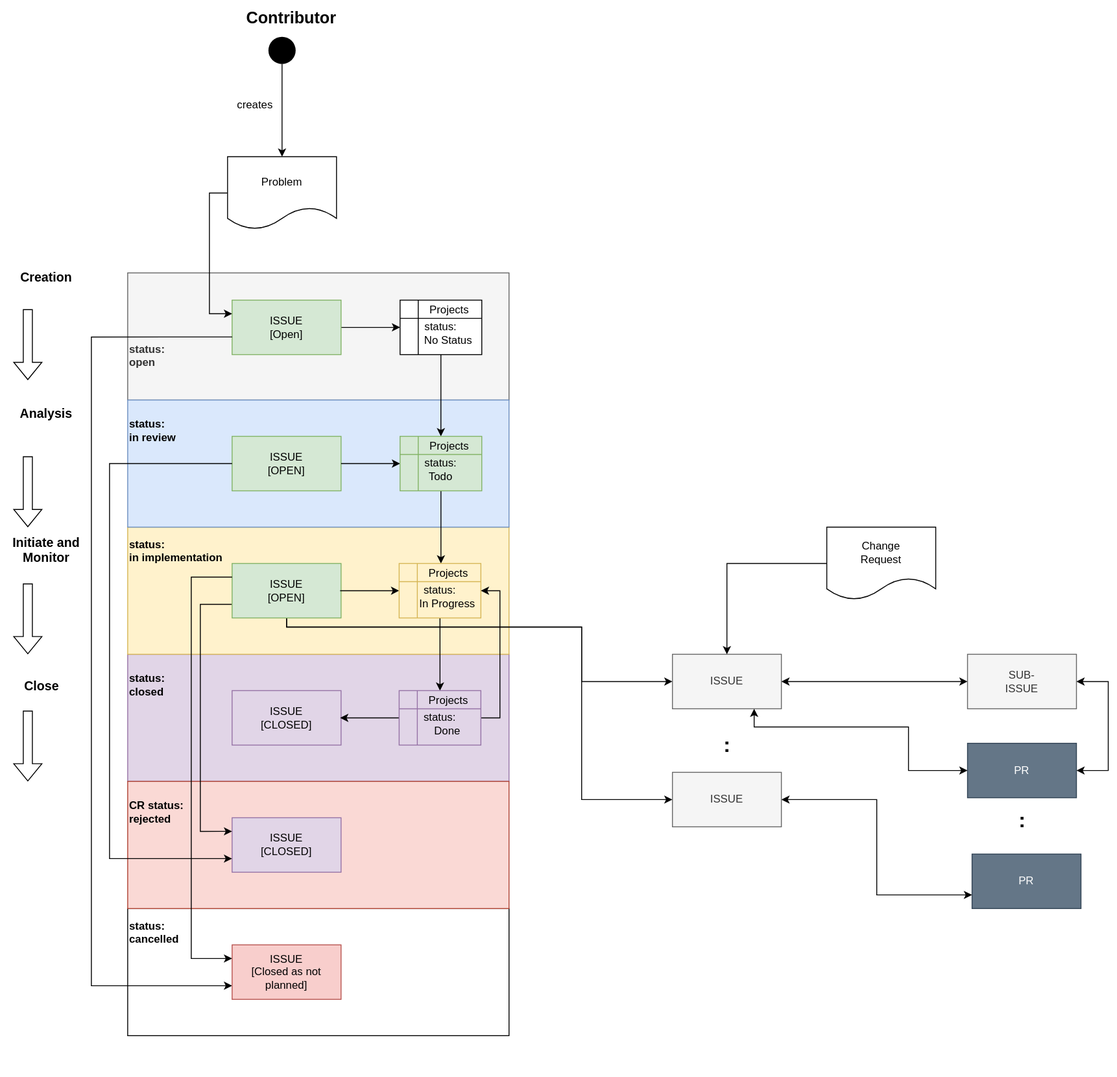
Earlier version of the draw.io export pr-755/_images/score_problem_resolution_workflow_simple.drawio.svg (umaucher/score). Source tidied: cells renumbered, new cells last; positions are measured from the earlier drawing's top-left corner, leaving out a move shared by most shapes.
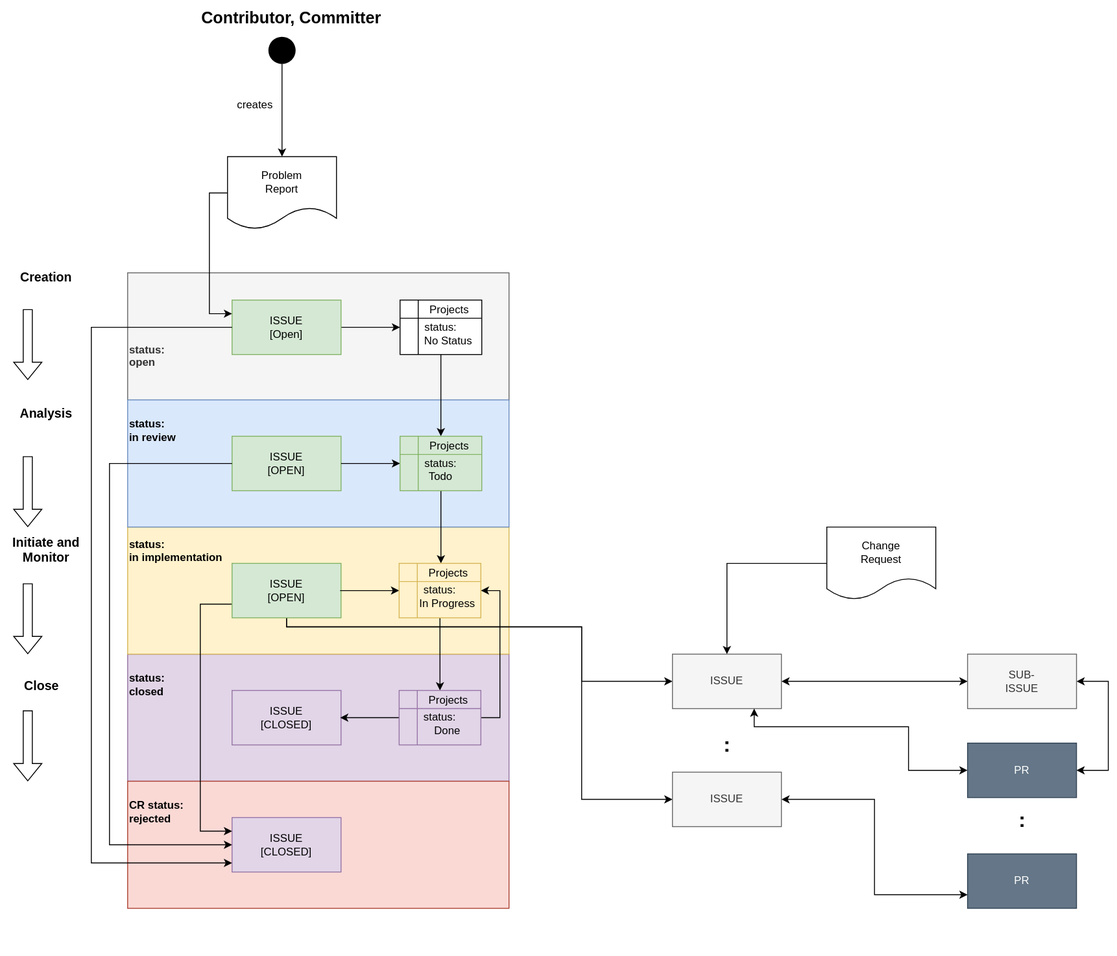
Above is the later version.

The edit, as a diff of the source:
```diff
@@ -2,9 +2,6 @@
   <root>
     <mxCell id="0" />
     <mxCell id="1" parent="0" />
-    <mxCell id="2" value="&lt;br&gt;&lt;br&gt;&lt;br&gt;&lt;br&gt;status:&lt;br&gt;cancelled&lt;br&gt;&lt;br&gt;&lt;br&gt;&lt;br&gt;&lt;br&gt;&lt;br&gt;&lt;br&gt;&lt;br&gt;&lt;br&gt;&lt;br&gt;&lt;div style=&quot;&quot;&gt;&lt;br&gt;&lt;/div&gt;" style="rounded=0;whiteSpace=wrap;html=1;align=left;fontStyle=1;" parent="1" vertex="1">
-      <mxGeometry x="140" y="1000" width="420" height="140" as="geometry" />
-    </mxCell>
     <mxCell id="3" value="&lt;br&gt;&lt;br&gt;&lt;br&gt;&lt;br&gt;&lt;br&gt;&lt;br&gt;&lt;br&gt;&lt;br&gt;&lt;br&gt;status:&lt;br&gt;closed&lt;br&gt;&lt;br&gt;&lt;br&gt;&lt;br&gt;&lt;br&gt;&lt;br&gt;&lt;br&gt;&lt;br&gt;&lt;br&gt;&lt;br&gt;&lt;br&gt;&lt;br&gt;&lt;br&gt;&lt;br&gt;&lt;br&gt;" style="rounded=0;whiteSpace=wrap;html=1;fillColor=#e1d5e7;strokeColor=#9673a6;align=left;fontStyle=1;" parent="1" vertex="1">
       <mxGeometry x="140" y="720" width="420" height="140" as="geometry" />
     </mxCell>
@@ -32,26 +29,18 @@
     <mxCell id="11" style="ellipse;fillColor=#000000;strokeColor=none;" parent="1" vertex="1">
       <mxGeometry x="295" y="40" width="30" height="30" as="geometry" />
     </mxCell>
-    <mxCell id="12" value="&lt;b&gt;&lt;font style=&quot;font-size: 18px;&quot;&gt;Contributor&lt;/font&gt;&lt;/b&gt;" style="text;html=1;align=center;verticalAlign=middle;strokeColor=none;fillColor=none;" parent="1" vertex="1">
-      <mxGeometry x="260" width="120" height="40" as="geometry" />
+    <mxCell id="12" value="&lt;b&gt;&lt;font style=&quot;font-size: 18px;&quot;&gt;Contributor, Committer&lt;/font&gt;&lt;/b&gt;" style="text;html=1;align=center;verticalAlign=middle;strokeColor=none;fillColor=none;" parent="1" vertex="1">
+      <mxGeometry x="210" width="220" height="40" as="geometry" />
     </mxCell>
     <mxCell id="13" style="edgeStyle=orthogonalEdgeStyle;rounded=0;jettySize=auto;html=1;entryX=0;entryY=0.25;entryDx=0;entryDy=0;exitX=0;exitY=0.5;exitDx=0;exitDy=0;" parent="1" edge="1" source="14" target="8">
       <mxGeometry relative="1" as="geometry" />
     </mxCell>
-    <mxCell id="14" value="Problem" style="shape=document;whiteSpace=wrap;html=1;boundedLbl=1;" parent="1" vertex="1">
+    <mxCell id="14" value="Problem&lt;br&gt;Report" style="shape=document;whiteSpace=wrap;html=1;boundedLbl=1;" parent="1" vertex="1">
       <mxGeometry x="250" y="172" width="120" height="80" as="geometry" />
     </mxCell>
     <mxCell id="15" value="ISSUE&lt;br&gt;[CLOSED]" style="rounded=0;whiteSpace=wrap;html=1;fillColor=#e1d5e7;strokeColor=#9673a6;" parent="1" vertex="1">
       <mxGeometry x="255" y="760" width="120" height="60" as="geometry" />
     </mxCell>
-    <mxCell id="16" style="edgeStyle=orthogonalEdgeStyle;rounded=0;jettySize=auto;html=1;exitX=0.001;exitY=0.676;exitDx=0;exitDy=0;exitPerimeter=0;entryX=0;entryY=0.75;entryDx=0;entryDy=0;" parent="1" edge="1" source="8" target="27">
-      <mxGeometry relative="1" as="geometry">
-        <Array as="points">
-          <mxPoint x="100" y="371" />
-          <mxPoint x="100" y="1085" />
-        </Array>
-      </mxGeometry>
-    </mxCell>
     <mxCell id="17" value="ISSUE&lt;br&gt;[OPEN]" style="rounded=0;whiteSpace=wrap;html=1;fillColor=#d5e8d4;strokeColor=#82b366;" parent="1" vertex="1">
       <mxGeometry x="255" y="480" width="120" height="60" as="geometry" />
     </mxCell>
@@ -84,9 +73,6 @@
     <mxCell id="26" value="Projects" style="text;html=1;align=center;verticalAlign=middle;points=[];strokeColor=none;fillColor=none;" parent="1" vertex="1">
       <mxGeometry x="459" y="476" width="70" height="30" as="geometry" />
     </mxCell>
-    <mxCell id="27" value="ISSUE&lt;br&gt;[Closed as not planned]" style="rounded=0;whiteSpace=wrap;html=1;fillColor=#f8cecc;strokeColor=#b85450;" parent="1" vertex="1">
-      <mxGeometry x="255" y="1040" width="120" height="60" as="geometry" />
-    </mxCell>
     <mxCell id="28" style="edgeStyle=orthogonalEdgeStyle;rounded=0;jettySize=auto;html=1;entryX=0;entryY=0.5;entryDx=0;entryDy=0;" parent="1" edge="1" source="31" target="42">
       <mxGeometry relative="1" as="geometry">
         <Array as="points">
@@ -130,11 +116,11 @@
     <mxCell id="35" value="Projects" style="text;html=1;align=center;verticalAlign=middle;points=[];strokeColor=none;fillColor=none;" parent="1" vertex="1">
       <mxGeometry x="458" y="616" width="70" height="30" as="geometry" />
     </mxCell>
-    <mxCell id="36" style="edgeStyle=orthogonalEdgeStyle;rounded=0;jettySize=auto;html=1;entryX=0;entryY=0.75;entryDx=0;entryDy=0;" parent="1" edge="1" source="17" target="19">
+    <mxCell id="36" style="edgeStyle=orthogonalEdgeStyle;rounded=0;jettySize=auto;html=1;entryX=0;entryY=0.5;entryDx=0;entryDy=0;" parent="1" edge="1" source="17" target="19">
       <mxGeometry relative="1" as="geometry">
         <Array as="points">
           <mxPoint x="120" y="510" />
-          <mxPoint x="120" y="945" />
+          <mxPoint x="120" y="930" />
         </Array>
       </mxGeometry>
     </mxCell>
@@ -168,7 +154,7 @@
       <mxGeometry x="740" y="720" width="120" height="60" as="geometry" />
     </mxCell>
     <mxCell id="43" value="PR" style="rounded=0;whiteSpace=wrap;html=1;fillColor=#647687;fontColor=#ffffff;strokeColor=#314354;" parent="1" vertex="1">
-      <mxGeometry x="1070" y="940" width="120" height="60" as="geometry" />
+      <mxGeometry x="1065" y="940" width="120" height="60" as="geometry" />
     </mxCell>
     <mxCell id="44" style="edgeStyle=orthogonalEdgeStyle;rounded=0;jettySize=auto;html=1;entryX=0.5;entryY=0;entryDx=0;entryDy=0;exitX=0;exitY=0.5;exitDx=0;exitDy=0;" parent="1" edge="1" source="45" target="42">
       <mxGeometry relative="1" as="geometry" />
@@ -211,14 +197,6 @@
     <mxCell id="53" value="&lt;b&gt;&lt;font style=&quot;font-size: 23px;&quot;&gt;:&lt;/font&gt;&lt;/b&gt;" style="text;html=1;align=center;verticalAlign=middle;strokeColor=none;fillColor=none;" parent="1" vertex="1">
       <mxGeometry x="785" y="800" width="30" height="40" as="geometry" />
     </mxCell>
-    <mxCell id="54" style="edgeStyle=orthogonalEdgeStyle;rounded=0;jettySize=auto;html=1;entryX=0;entryY=0.25;entryDx=0;entryDy=0;exitX=0;exitY=0.25;exitDx=0;exitDy=0;" parent="1" edge="1" source="31" target="27">
-      <mxGeometry relative="1" as="geometry">
-        <Array as="points">
-          <mxPoint x="210" y="635" />
-          <mxPoint x="210" y="1055" />
-        </Array>
-      </mxGeometry>
-    </mxCell>
     <mxCell id="55" style="shape=flexArrow;endArrow=classic;html=1;rounded=0;" parent="1" edge="1">
       <mxGeometry relative="1" as="geometry">
         <mxPoint x="30" y="340" as="sourcePoint" />
@@ -255,5 +233,15 @@
         <mxPoint x="30" y="860" as="targetPoint" />
       </mxGeometry>
     </mxCell>
+    <mxCell id="63" style="edgeStyle=orthogonalEdgeStyle;rounded=0;jettySize=auto;html=1;" parent="1" edge="1" source="8">
+      <mxGeometry relative="1" as="geometry">
+        <mxPoint x="255" y="950" as="targetPoint" />
+        <Array as="points">
+          <mxPoint x="100" y="360" />
+          <mxPoint x="100" y="950" />
+          <mxPoint x="255" y="950" />
+        </Array>
+      </mxGeometry>
+    </mxCell>
   </root>
 </mxGraphModel>
```
